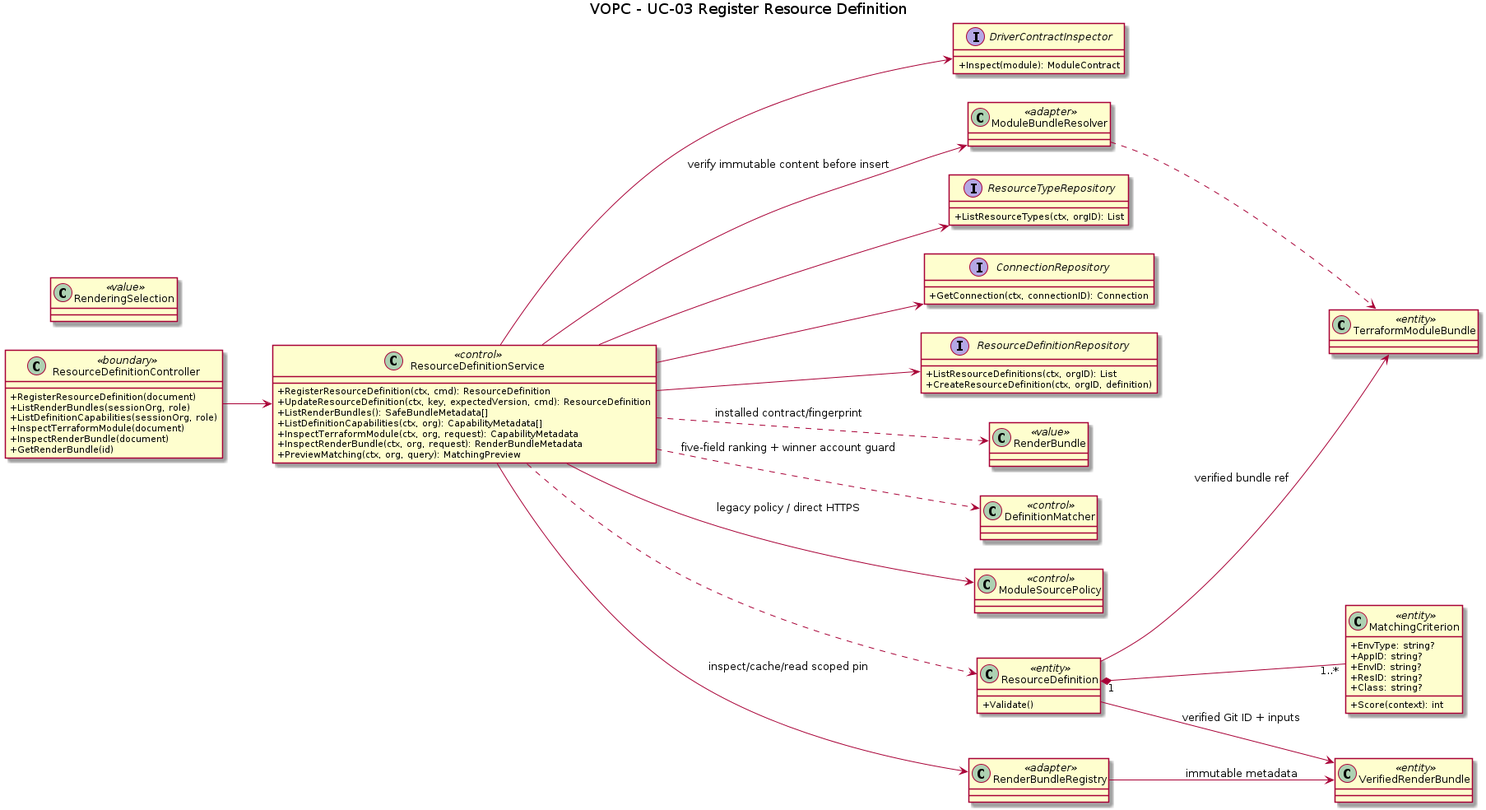
The PlantUML diagram orchestrator_docs/usecase/UC-03/vopc.png in pr3s3nt/poc, before a commit. Its source is kept beside it as orchestrator_docs/usecase/UC-03/vopc.puml.
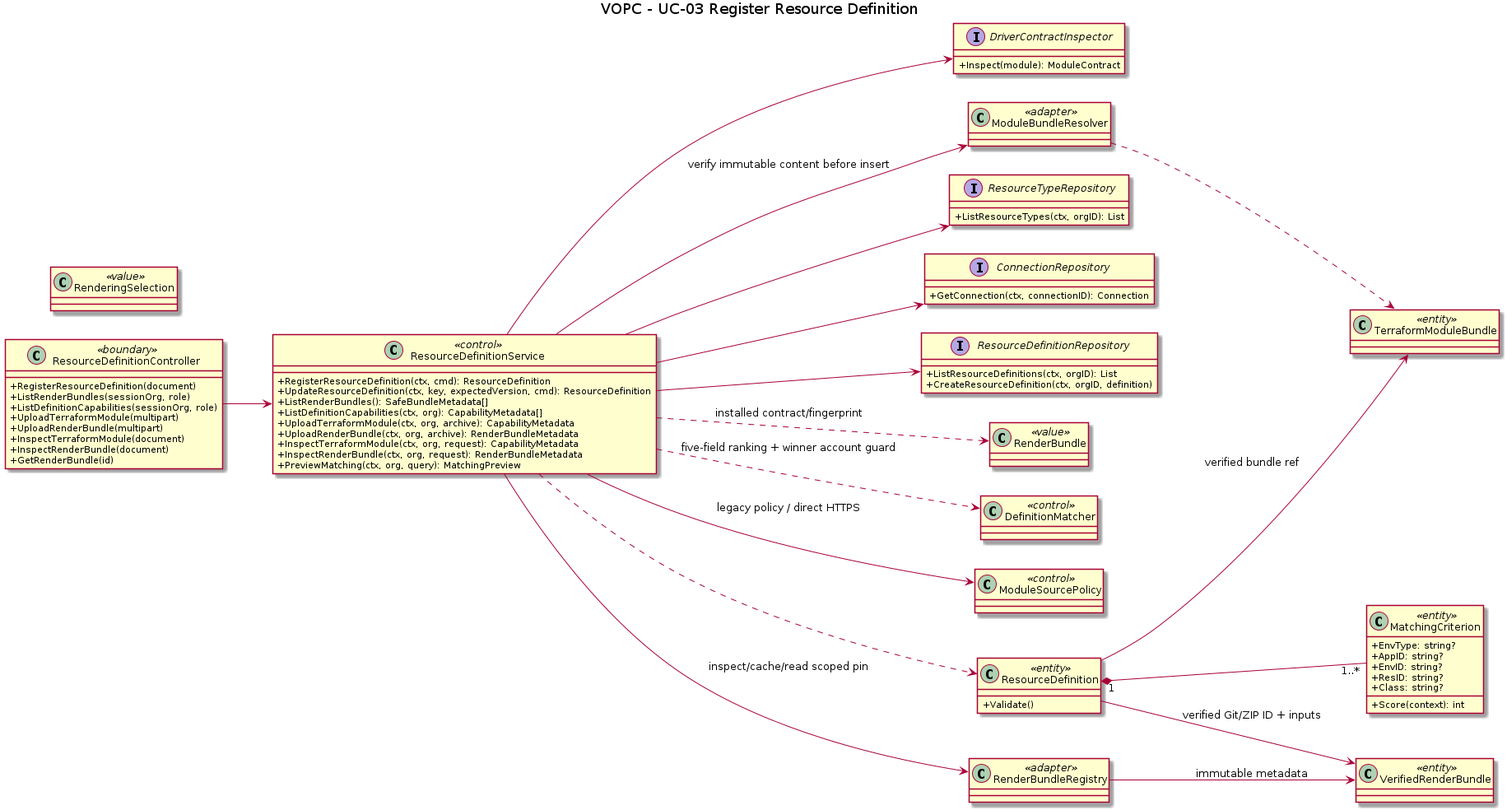
The same file after the commit.

Change to the diagram source:
```diff
@@ -6,6 +6,8 @@
   +RegisterResourceDefinition(document)
   +ListRenderBundles(sessionOrg, role)
   +ListDefinitionCapabilities(sessionOrg, role)
+  +UploadTerraformModule(multipart)
+  +UploadRenderBundle(multipart)
   +InspectTerraformModule(document)
   +InspectRenderBundle(document)
   +GetRenderBundle(id)
@@ -15,6 +17,8 @@
     +UpdateResourceDefinition(ctx, key, expectedVersion, cmd): ResourceDefinition
   +ListRenderBundles(): SafeBundleMetadata[]
   +ListDefinitionCapabilities(ctx, org): CapabilityMetadata[]
+  +UploadTerraformModule(ctx, org, archive): CapabilityMetadata
+  +UploadRenderBundle(ctx, org, archive): RenderBundleMetadata
   +InspectTerraformModule(ctx, org, request): CapabilityMetadata
   +InspectRenderBundle(ctx, org, request): RenderBundleMetadata
   +PreviewMatching(ctx, org, query): MatchingPreview
@@ -66,5 +70,5 @@
 class VerifiedRenderBundle <<entity>>
 ResourceDefinitionService --> RenderBundleRegistry : inspect/cache/read scoped pin
 RenderBundleRegistry --> VerifiedRenderBundle : immutable metadata
-ResourceDefinition --> VerifiedRenderBundle : verified Git ID + inputs
+ResourceDefinition --> VerifiedRenderBundle : verified Git/ZIP ID + inputs
 @enduml
```
